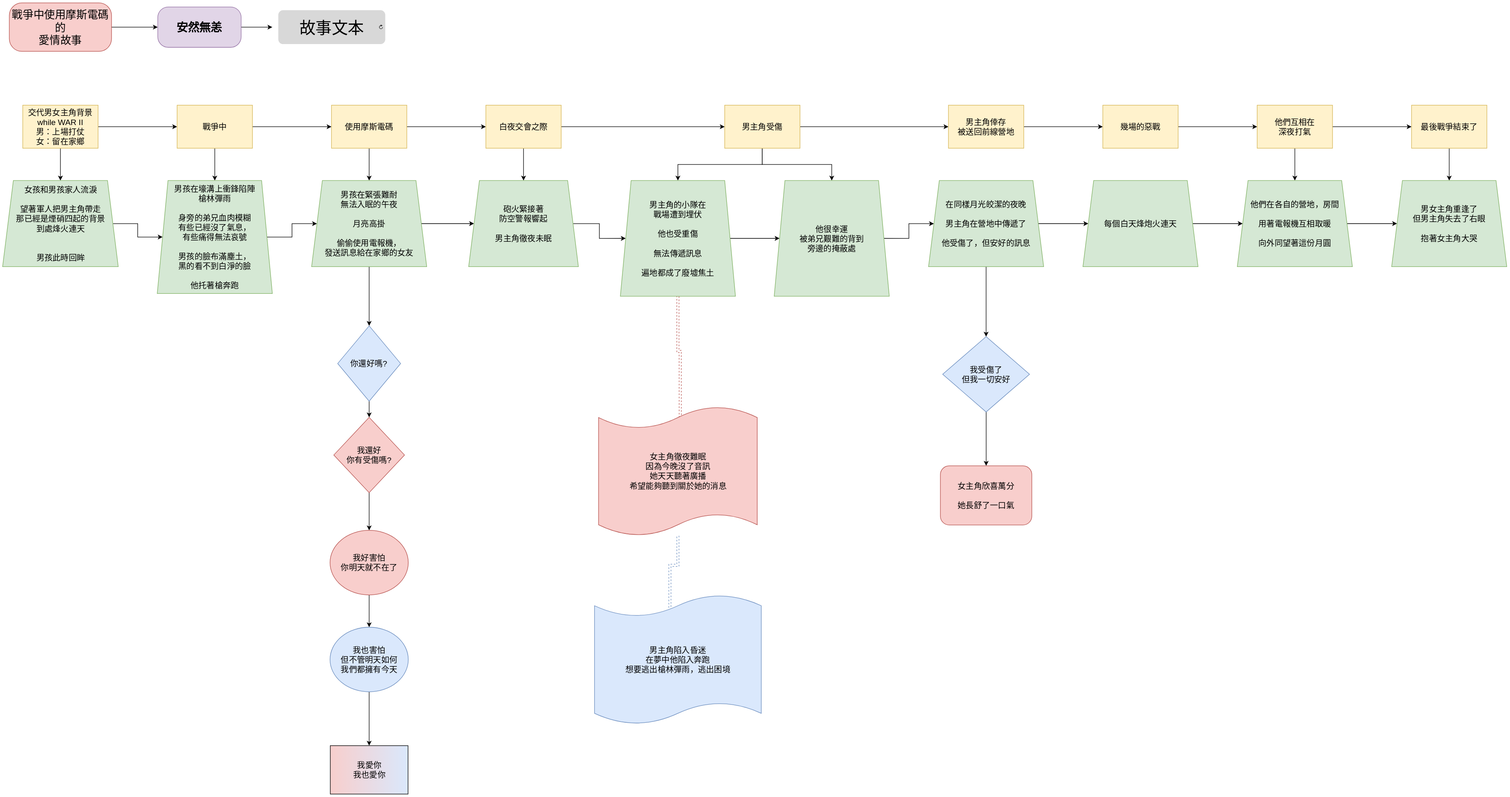
Earlier version of the draw.io export docs/class/wen/Story/embed.svg (bridgerhung/wiki_NYUST). Source tidied: cells renumbered, new cells last; positions are measured from the earlier drawing's top-left corner, leaving out a move shared by most shapes.
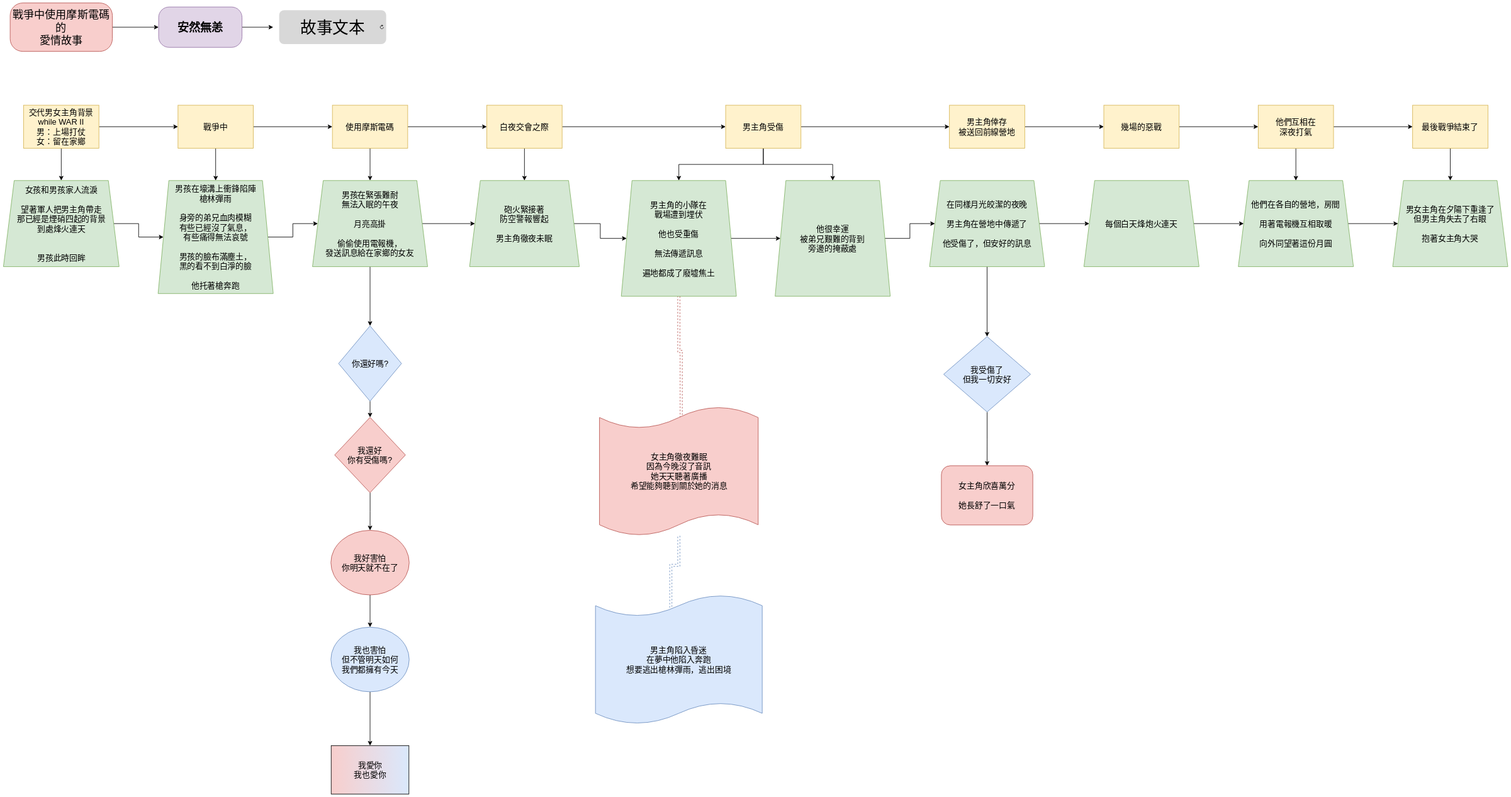
Above is the later version.

Diff of the diagram source:
```diff
@@ -158,7 +158,7 @@
     <mxCell id="53" value="最後戰爭結束了" style="rounded=0;whiteSpace=wrap;html=1;fillColor=#fff2cc;strokeColor=#d6b656;fontSize=15;" parent="1" vertex="1">
       <mxGeometry x="2619" y="190" width="140" height="80" as="geometry" />
     </mxCell>
-    <mxCell id="54" value="男女主角重逢了&lt;br&gt;但男主角失去了右眼&lt;br&gt;&lt;br&gt;抱著女主角大哭" style="shape=trapezoid;perimeter=trapezoidPerimeter;whiteSpace=wrap;html=1;fixedSize=1;fontSize=15;fillColor=#d5e8d4;strokeColor=#82b366;rounded=0;" parent="1" vertex="1">
+    <mxCell id="54" value="男女主角在夕陽下重逢了&lt;br style=&quot;border-color: var(--border-color);&quot;&gt;但男主角失去了右眼&lt;br style=&quot;border-color: var(--border-color);&quot;&gt;&lt;br style=&quot;border-color: var(--border-color);&quot;&gt;抱著女主角大哭" style="shape=trapezoid;perimeter=trapezoidPerimeter;whiteSpace=wrap;html=1;fixedSize=1;fontSize=15;fillColor=#d5e8d4;strokeColor=#82b366;rounded=0;" parent="1" vertex="1">
       <mxGeometry x="2582" y="330" width="214" height="160" as="geometry" />
     </mxCell>
     <mxCell id="55" style="edgeStyle=orthogonalEdgeStyle;rounded=0;jettySize=auto;html=1;entryX=0;entryY=0.5;entryDx=0;entryDy=0;" parent="1" edge="1" source="57" target="32">
```
